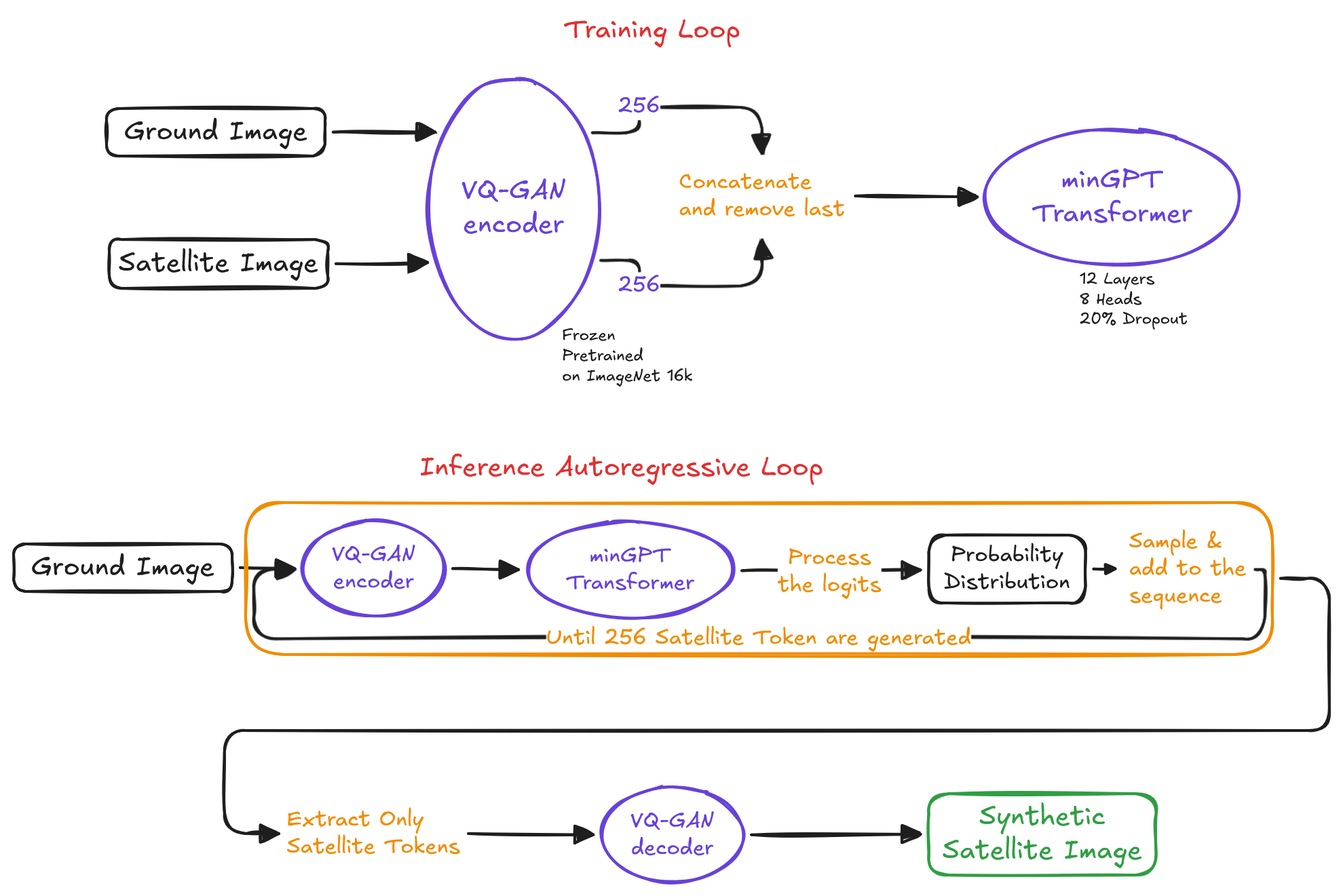
This is assets/img/portfolio/detailed/groundtoaerial_1.png from Alessandro-Carotenuto/Alessandro-Carotenuto.github.io, a Excalidraw export, as it was before one commit. Source tidied: one line per element, renumbered; positions are measured from the earlier drawing's top-left corner, leaving out a move shared by most shapes. Source of this version:
```json
{"id": 0, "type": "rectangle", "strokeColor": "#1e1e1e", "backgroundColor": "#ffffff", "fillStyle": "solid", "strokeWidth": 2, "roughness": 1, "round": true, "x": 68, "y": 70, "width": 161, "height": 35}
{"id": 1, "type": "text", "text": "Ground Image", "strokeColor": "#1e1e1e", "backgroundColor": "#ffffff", "fillStyle": "solid", "strokeWidth": 2, "roughness": 1, "fontSize": 20, "fontFamily": 5, "textAlign": "center", "verticalAlign": "middle", "inside": 0, "x": 82, "y": 75, "width": 135, "height": 25}
{"id": 2, "type": "rectangle", "strokeColor": "#1e1e1e", "backgroundColor": "#ffffff", "fillStyle": "solid", "strokeWidth": 2, "roughness": 1, "round": true, "x": 70, "y": 166, "width": 161, "height": 36}
{"id": 3, "type": "text", "text": "Satellite Image", "strokeColor": "#1e1e1e", "backgroundColor": "#ffffff", "fillStyle": "solid", "strokeWidth": 2, "roughness": 1, "fontSize": 20, "fontFamily": 5, "textAlign": "center", "verticalAlign": "middle", "inside": 2, "x": 78, "y": 172, "width": 147, "height": 25}
{"id": 4, "type": "ellipse", "strokeColor": "#6741d9", "backgroundColor": "#ffffff", "fillStyle": "solid", "strokeWidth": 2, "roughness": 1, "round": true, "x": 306, "y": 47, "width": 126, "height": 192}
{"id": 5, "type": "text", "text": "VQ-GAN\nencoder", "strokeColor": "#6741d9", "backgroundColor": "#ffffff", "fillStyle": "solid", "strokeWidth": 2, "roughness": 1, "fontSize": 20, "fontFamily": 5, "textAlign": "center", "verticalAlign": "middle", "inside": 4, "x": 330, "y": 118, "width": 77, "height": 50}
{"id": 6, "type": "arrow", "strokeColor": "#1e1e1e", "backgroundColor": "#ffffff", "fillStyle": "solid", "strokeWidth": 2, "roughness": 1, "endArrowhead": "triangle", "from": 0, "to": 4, "x": 236, "y": 87, "width": 75, "height": 0, "points": [[0, 0], [75, 0]]}
{"id": 7, "type": "arrow", "strokeColor": "#1e1e1e", "backgroundColor": "#ffffff", "fillStyle": "solid", "strokeWidth": 2, "roughness": 1, "endArrowhead": "triangle", "from": 2, "to": 4, "x": 237, "y": 184, "width": 68, "height": 1, "points": [[0, 0], [68, -1]]}
{"id": 8, "type": "text", "text": "Training Loop", "strokeColor": "#e03131", "backgroundColor": "#ffffff", "fillStyle": "solid", "strokeWidth": 2, "roughness": 1, "fontSize": 20, "fontFamily": 5, "x": 406, "y": 0, "width": 130, "height": 25}
{"id": 9, "type": "arrow", "strokeColor": "#1e1e1e", "backgroundColor": "#ffffff", "fillStyle": "solid", "strokeWidth": 2, "roughness": 1, "endArrowhead": "triangle", "from": 4, "to": 17, "x": 426, "y": 87, "width": 125, "height": 34, "points": [[0, 0], [35, 0], [35, -19], [125, -19], [125, 15]]}
{"id": 10, "type": "text", "text": "256", "strokeColor": "#6741d9", "backgroundColor": "#ffffff", "fillStyle": "solid", "strokeWidth": 2, "roughness": 1, "fontSize": 16, "fontFamily": 5, "textAlign": "center", "verticalAlign": "middle", "inside": 9, "x": 445, "y": 70, "width": 31, "height": 20}
{"id": 11, "type": "arrow", "strokeColor": "#1e1e1e", "backgroundColor": "#ffffff", "fillStyle": "solid", "strokeWidth": 2, "roughness": 1, "endArrowhead": "triangle", "from": 4, "to": 17, "x": 432, "y": 182, "width": 119, "height": 34, "points": [[0, 0], [28, 0], [28, 19], [119, 19], [119, -15]]}
{"id": 12, "type": "text", "text": "256", "strokeColor": "#6741d9", "backgroundColor": "#ffffff", "fillStyle": "solid", "strokeWidth": 2, "roughness": 1, "fontSize": 16, "fontFamily": 5, "textAlign": "center", "verticalAlign": "middle", "inside": 11, "x": 445, "y": 182, "width": 31, "height": 20}
{"id": 13, "type": "ellipse", "strokeColor": "#6741d9", "backgroundColor": "#ffffff", "fillStyle": "solid", "strokeWidth": 2, "roughness": 1, "round": true, "x": 716, "y": 85, "width": 187, "height": 100}
{"id": 14, "type": "text", "text": "minGPT\nTransformer", "strokeColor": "#6741d9", "backgroundColor": "#ffffff", "fillStyle": "solid", "strokeWidth": 2, "roughness": 1, "fontSize": 20, "fontFamily": 5, "textAlign": "center", "verticalAlign": "middle", "inside": 13, "x": 750, "y": 110, "width": 118, "height": 50}
{"id": 15, "type": "text", "text": "12 Layers\n8 Heads\n20% Dropout", "strokeColor": "#1e1e1e", "backgroundColor": "#ffffff", "fillStyle": "solid", "strokeWidth": 2, "roughness": 1, "fontSize": 11.87, "fontFamily": 5, "x": 785, "y": 189, "width": 80, "height": 45}
{"id": 16, "type": "text", "text": "Frozen\nPretrained\non ImageNet 16k", "strokeColor": "#1e1e1e", "backgroundColor": "#ffffff", "fillStyle": "solid", "strokeWidth": 2, "roughness": 1, "fontSize": 11.87, "fontFamily": 5, "x": 404, "y": 230, "width": 96, "height": 45}
{"id": 17, "type": "text", "text": "Concatenate\nand remove last", "strokeColor": "#f08c00", "backgroundColor": "#ffffff", "fillStyle": "solid", "strokeWidth": 2, "roughness": 1, "fontSize": 16, "fontFamily": 5, "x": 490, "y": 115, "width": 122, "height": 40}
{"id": 18, "type": "arrow", "strokeColor": "#1e1e1e", "backgroundColor": "#ffffff", "fillStyle": "solid", "strokeWidth": 2, "roughness": 1, "endArrowhead": "triangle", "from": 17, "to": 13, "x": 620, "y": 134, "width": 90, "height": 1, "points": [[0, 0], [90, 1]]}
{"id": 19, "type": "text", "text": "Inference Autoregressive Loop", "strokeColor": "#e03131", "backgroundColor": "#ffffff", "fillStyle": "solid", "strokeWidth": 2, "roughness": 1, "fontSize": 20, "fontFamily": 5, "x": 299, "y": 323, "width": 297, "height": 25}
{"id": 20, "type": "rectangle", "strokeColor": "#1e1e1e", "backgroundColor": "#ffffff", "fillStyle": "solid", "strokeWidth": 2, "roughness": 1, "round": true, "x": 0, "y": 391, "width": 161, "height": 35}
{"id": 21, "type": "text", "text": "Ground Image", "strokeColor": "#1e1e1e", "backgroundColor": "#ffffff", "fillStyle": "solid", "strokeWidth": 2, "roughness": 1, "fontSize": 20, "fontFamily": 5, "textAlign": "center", "verticalAlign": "middle", "inside": 20, "x": 13, "y": 396, "width": 135, "height": 25}
{"id": 22, "type": "ellipse", "strokeColor": "#6741d9", "backgroundColor": "#ffffff", "fillStyle": "solid", "strokeWidth": 2, "roughness": 1, "round": true, "x": 213, "y": 374, "width": 105, "height": 71}
{"id": 23, "type": "text", "text": "VQ-GAN\nencoder", "strokeColor": "#6741d9", "backgroundColor": "#ffffff", "fillStyle": "solid", "strokeWidth": 2, "roughness": 1, "fontSize": 16, "fontFamily": 5, "textAlign": "center", "verticalAlign": "middle", "inside": 22, "x": 234, "y": 389, "width": 62, "height": 40}
{"id": 24, "type": "ellipse", "strokeColor": "#6741d9", "backgroundColor": "#ffffff", "fillStyle": "solid", "strokeWidth": 2, "roughness": 1, "round": true, "x": 378, "y": 374, "width": 152, "height": 71}
{"id": 25, "type": "text", "text": "minGPT\nTransformer", "strokeColor": "#6741d9", "backgroundColor": "#ffffff", "fillStyle": "solid", "strokeWidth": 2, "roughness": 1, "fontSize": 16, "fontFamily": 5, "textAlign": "center", "verticalAlign": "middle", "inside": 24, "x": 407, "y": 390, "width": 95, "height": 40}
{"id": 26, "type": "rectangle", "strokeColor": "#1e1e1e", "backgroundColor": "#ffffff", "fillStyle": "solid", "strokeWidth": 2, "roughness": 1, "round": true, "x": 674, "y": 384, "width": 116, "height": 50}
{"id": 27, "type": "text", "text": "Probability\nDistribution", "strokeColor": "#1e1e1e", "backgroundColor": "#ffffff", "fillStyle": "solid", "strokeWidth": 2, "roughness": 1, "fontSize": 16, "fontFamily": 5, "textAlign": "center", "verticalAlign": "middle", "inside": 26, "x": 685, "y": 390, "width": 93, "height": 40}
{"id": 28, "type": "text", "text": "Sample &\nadd to the\nsequence", "strokeColor": "#f08c00", "backgroundColor": "#ffffff", "fillStyle": "solid", "strokeWidth": 2, "roughness": 1, "fontSize": 16, "fontFamily": 5, "x": 822, "y": 380, "width": 86, "height": 60}
{"id": 29, "type": "arrow", "strokeColor": "#1e1e1e", "backgroundColor": "#ffffff", "fillStyle": "solid", "strokeWidth": 2, "roughness": 1, "endArrowhead": "triangle", "from": 20, "to": 22, "x": 167, "y": 408, "width": 40, "height": 1, "points": [[0, 0], [40, 1]]}
{"id": 30, "type": "arrow", "strokeColor": "#1e1e1e", "backgroundColor": "#ffffff", "fillStyle": "solid", "strokeWidth": 2, "roughness": 1, "endArrowhead": "triangle", "from": 22, "to": 24, "x": 323, "y": 409, "width": 49, "height": 1, "points": [[0, 0], [49, 1]]}
{"id": 31, "type": "arrow", "strokeColor": "#1e1e1e", "backgroundColor": "#ffffff", "fillStyle": "solid", "strokeWidth": 2, "roughness": 1, "endArrowhead": "triangle", "from": 24, "to": 26, "x": 536, "y": 410, "width": 132, "height": 2, "points": [[0, 0], [46, 0], [46, 2], [83, 2], [83, 0], [132, 0]]}
{"id": 32, "type": "text", "text": "Process\nthe logits", "strokeColor": "#f08c00", "backgroundColor": "#ffffff", "fillStyle": "solid", "strokeWidth": 2, "roughness": 1, "fontSize": 16, "fontFamily": 5, "textAlign": "center", "verticalAlign": "middle", "inside": 31, "x": 511, "y": 394, "width": 76, "height": 40}
{"id": 33, "type": "arrow", "strokeColor": "#1e1e1e", "backgroundColor": "#ffffff", "fillStyle": "solid", "strokeWidth": 2, "roughness": 1, "endArrowhead": "triangle", "from": 26, "to": 28, "x": 796, "y": 409, "width": 16, "height": 0, "points": [[0, 0], [16, 0]]}
{"id": 34, "type": "arrow", "strokeColor": "#1e1e1e", "strokeWidth": 2, "roughness": 1, "endArrowhead": "triangle", "from": 28, "to": 22, "x": 914, "y": 409, "width": 745, "height": 51, "points": [[0, 0], [7, 0], [7, 51], [-738, 51], [-738, 0], [-707, 0]]}
{"id": 35, "type": "text", "text": "Until 256 Satellite Token are generated", "strokeColor": "#f08c00", "strokeWidth": 2, "roughness": 1, "fontSize": 16, "fontFamily": 5, "textAlign": "center", "verticalAlign": "middle", "inside": 34, "x": 346, "y": 462, "width": 313, "height": 20}
{"id": 36, "type": "rectangle", "strokeColor": "#f08c00", "strokeWidth": 2, "roughness": 1, "round": true, "x": 171, "y": 361, "width": 756, "height": 112}
{"id": 37, "type": "text", "text": "Extract Only\nSatellite Tokens", "strokeColor": "#f08c00", "backgroundColor": "#ffffff", "fillStyle": "solid", "strokeWidth": 2, "roughness": 1, "fontSize": 16, "fontFamily": 5, "x": 201, "y": 585, "width": 128, "height": 40}
{"id": 38, "type": "ellipse", "strokeColor": "#6741d9", "backgroundColor": "#ffffff", "fillStyle": "solid", "strokeWidth": 2, "roughness": 1, "round": true, "x": 433, "y": 570, "width": 105, "height": 71}
{"id": 39, "type": "text", "text": "VQ-GAN\ndecoder", "strokeColor": "#6741d9", "backgroundColor": "#ffffff", "fillStyle": "solid", "strokeWidth": 2, "roughness": 1, "fontSize": 16, "fontFamily": 5, "textAlign": "center", "verticalAlign": "middle", "inside": 38, "x": 455, "y": 585, "width": 62, "height": 40}
{"id": 40, "type": "rectangle", "strokeColor": "#2f9e44", "backgroundColor": "#ffffff", "fillStyle": "solid", "strokeWidth": 2, "roughness": 1, "round": true, "x": 674, "y": 575, "width": 167, "height": 60}
{"id": 41, "type": "text", "text": "Synthetic\nSatellite Image", "strokeColor": "#2f9e44", "backgroundColor": "#ffffff", "fillStyle": "solid", "strokeWidth": 2, "roughness": 1, "fontSize": 20, "fontFamily": 5, "textAlign": "center", "verticalAlign": "middle", "inside": 40, "x": 685, "y": 580, "width": 147, "height": 50}
{"id": 42, "type": "arrow", "strokeColor": "#1e1e1e", "strokeWidth": 2, "roughness": 1, "endArrowhead": "triangle", "from": 36, "to": 37, "x": 933, "y": 416, "width": 814, "height": 188, "points": [[0, 0], [36, 0], [36, 112], [-778, 112], [-778, 188], [-738, 188]]}
{"id": 43, "type": "arrow", "strokeColor": "#1e1e1e", "strokeWidth": 2, "roughness": 1, "endArrowhead": "triangle", "from": 37, "to": 38, "x": 335, "y": 605, "width": 92, "height": 1, "points": [[0, 0], [92, 1]]}
{"id": 44, "type": "arrow", "strokeColor": "#1e1e1e", "strokeWidth": 2, "roughness": 1, "endArrowhead": "triangle", "from": 38, "to": 40, "x": 544, "y": 605, "width": 125, "height": 0, "points": [[0, 0], [125, 0]]}
```
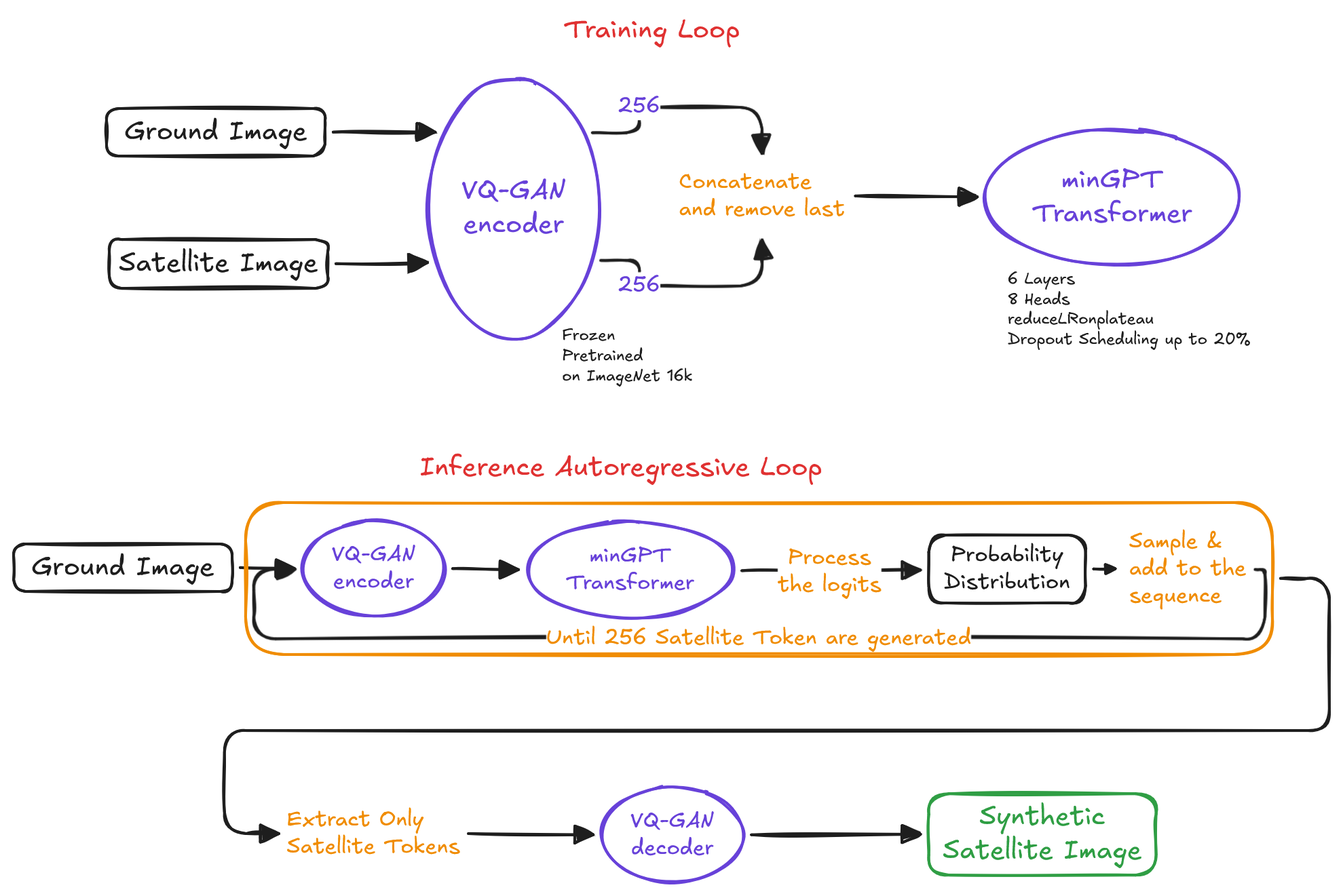
Above is the later version.

Commit message:
portfolio img update

Diff of the diagram source:
```diff
@@ -13,7 +13,7 @@
 {"id": 12, "type": "text", "text": "256", "strokeColor": "#6741d9", "backgroundColor": "#ffffff", "fillStyle": "solid", "strokeWidth": 2, "roughness": 1, "fontSize": 16, "fontFamily": 5, "textAlign": "center", "verticalAlign": "middle", "inside": 11, "x": 445, "y": 182, "width": 31, "height": 20}
 {"id": 13, "type": "ellipse", "strokeColor": "#6741d9", "backgroundColor": "#ffffff", "fillStyle": "solid", "strokeWidth": 2, "roughness": 1, "round": true, "x": 716, "y": 85, "width": 187, "height": 100}
 {"id": 14, "type": "text", "text": "minGPT\nTransformer", "strokeColor": "#6741d9", "backgroundColor": "#ffffff", "fillStyle": "solid", "strokeWidth": 2, "roughness": 1, "fontSize": 20, "fontFamily": 5, "textAlign": "center", "verticalAlign": "middle", "inside": 13, "x": 750, "y": 110, "width": 118, "height": 50}
-{"id": 15, "type": "text", "text": "12 Layers\n8 Heads\n20% Dropout", "strokeColor": "#1e1e1e", "backgroundColor": "#ffffff", "fillStyle": "solid", "strokeWidth": 2, "roughness": 1, "fontSize": 11.87, "fontFamily": 5, "x": 785, "y": 189, "width": 80, "height": 45}
+{"id": 15, "type": "text", "text": "6 Layers\n8 Heads\nreduceLRonplateau\nDropout Scheduling up to 20%", "strokeColor": "#1e1e1e", "backgroundColor": "#ffffff", "fillStyle": "solid", "strokeWidth": 2, "roughness": 1, "fontSize": 11.87, "fontFamily": 5, "x": 733, "y": 189, "width": 179, "height": 59}
 {"id": 16, "type": "text", "text": "Frozen\nPretrained\non ImageNet 16k", "strokeColor": "#1e1e1e", "backgroundColor": "#ffffff", "fillStyle": "solid", "strokeWidth": 2, "roughness": 1, "fontSize": 11.87, "fontFamily": 5, "x": 404, "y": 230, "width": 96, "height": 45}
 {"id": 17, "type": "text", "text": "Concatenate\nand remove last", "strokeColor": "#f08c00", "backgroundColor": "#ffffff", "fillStyle": "solid", "strokeWidth": 2, "roughness": 1, "fontSize": 16, "fontFamily": 5, "x": 490, "y": 115, "width": 122, "height": 40}
 {"id": 18, "type": "arrow", "strokeColor": "#1e1e1e", "backgroundColor": "#ffffff", "fillStyle": "solid", "strokeWidth": 2, "roughness": 1, "endArrowhead": "triangle", "from": 17, "to": 13, "x": 620, "y": 134, "width": 90, "height": 1, "points": [[0, 0], [90, 1]]}
```
